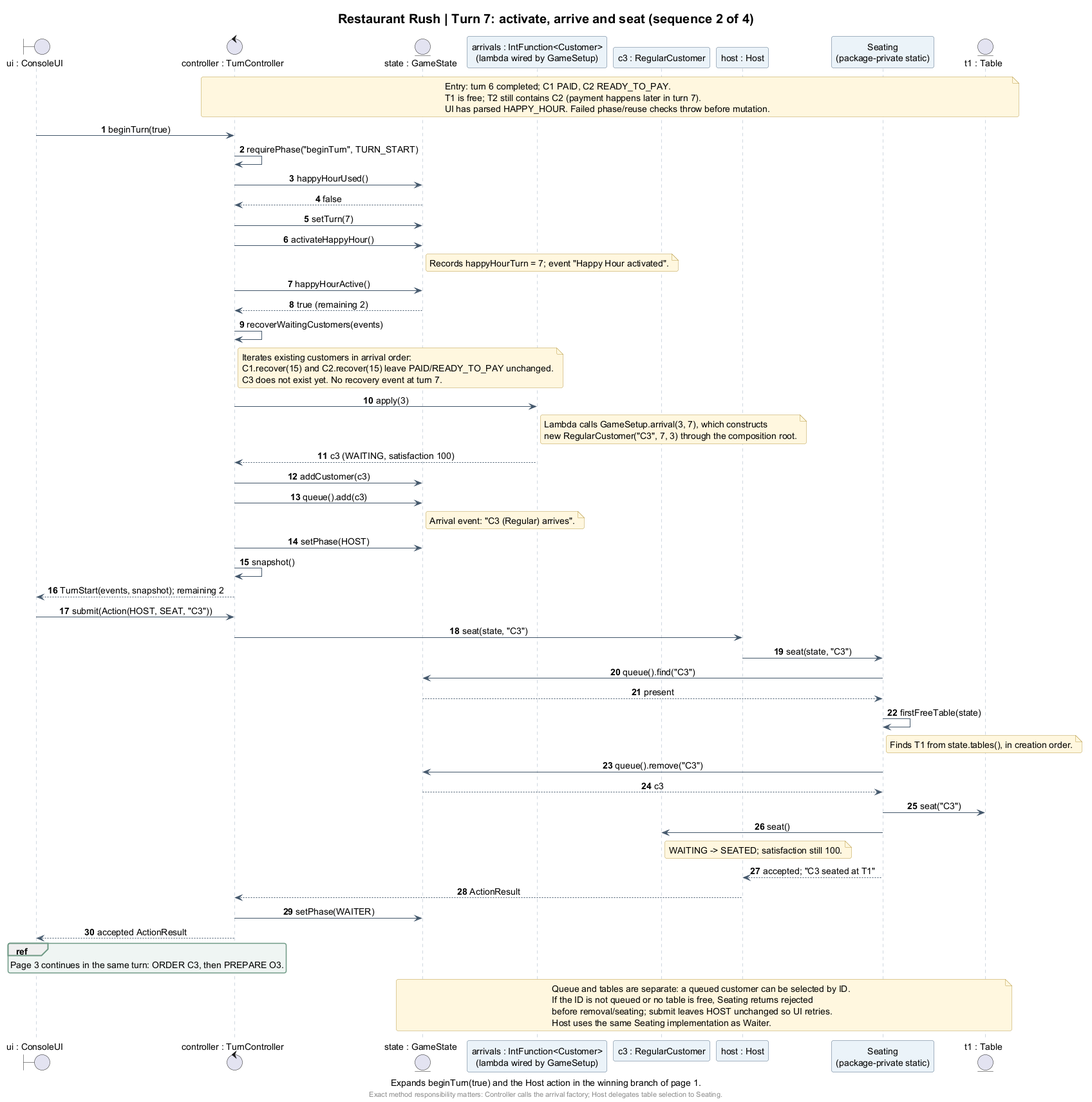
This is docs/diagrams/exports/sequence-2-arrival.png from respoopu/SC2002-lab-assignment-final, a PlantUML export, as it was before one commit. Its source is kept beside it as docs/diagrams/sequence-2-arrival.puml.
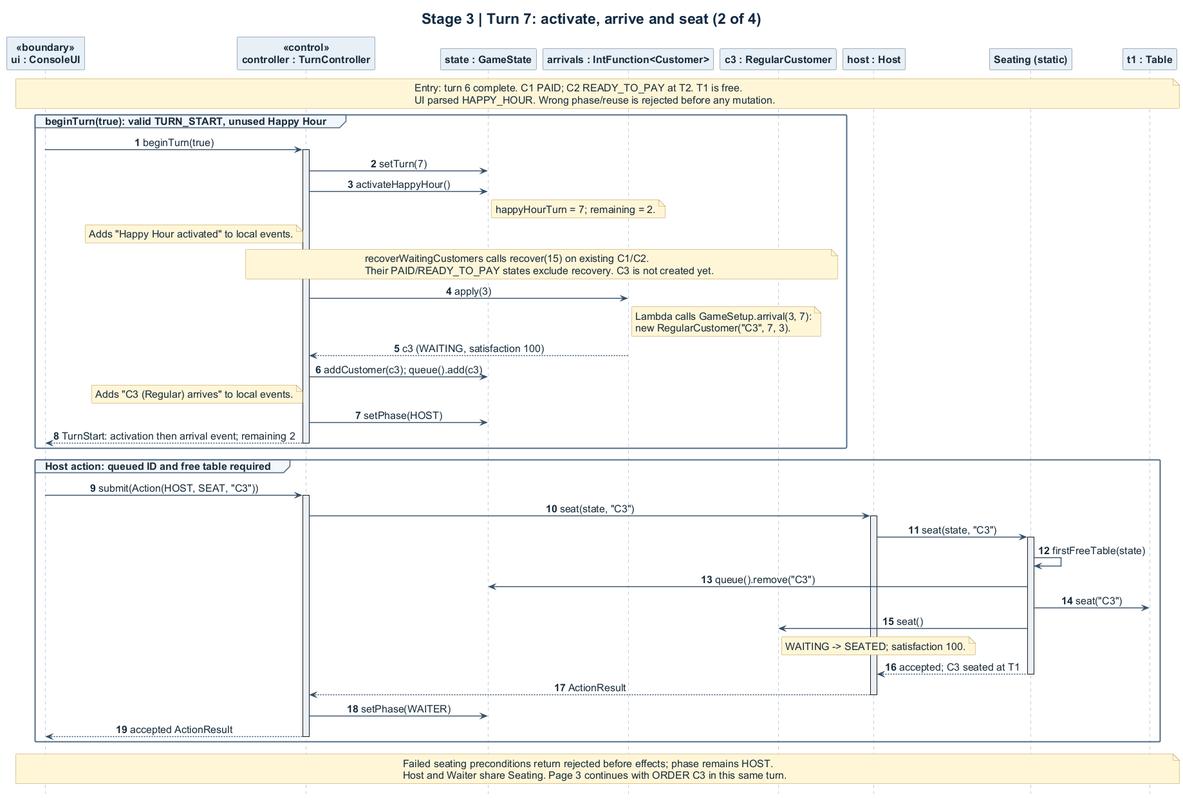
The same file after the commit.

Change to the diagram source:
```diff
@@ -1,72 +1,58 @@
 @startuml sequence-2-arrival
 !include style.iuml
-title Restaurant Rush | Turn 7: activate, arrive and seat (sequence 2 of 4)
-caption Expands beginTurn(true) and the Host action in the winning branch of page 1.
-boundary "ui : ConsoleUI" as UI
-control "controller : TurnController" as TC
-entity "state : GameState" as State
-participant "arrivals : IntFunction<Customer>\n(lambda wired by GameSetup)" as Factory
+title Stage 3 | Turn 7: activate, arrive and seat (2 of 4)
+hide footbox
+participant "ui : ConsoleUI" as UI <<boundary>>
+participant "controller : TurnController" as TC <<control>>
+participant "state : GameState" as State
+participant "arrivals : IntFunction<Customer>" as Factory
 participant "c3 : RegularCustomer" as C3
 participant "host : Host" as Host
-participant "Seating\n(package-private static)" as Seating
-entity "t1 : Table" as T1
+participant "Seating (static)" as Seating
+participant "t1 : Table" as T1
 autonumber
 
-note over TC, T1
-  Entry: turn 6 completed; C1 PAID, C2 READY_TO_PAY.
-  T1 is free; T2 still contains C2 (payment happens later in turn 7).
-  UI has parsed HAPPY_HOUR. Failed phase/reuse checks throw before mutation.
+note over UI, T1
+  Entry: turn 6 complete. C1 PAID; C2 READY_TO_PAY at T2. T1 is free.
+  UI parsed HAPPY_HOUR. Wrong phase/reuse is rejected before any mutation.
 end note
-UI -> TC : beginTurn(true)
-TC -> TC : requirePhase("beginTurn", TURN_START)
-TC -> State : happyHourUsed()
-State --> TC : false
-TC -> State : setTurn(7)
-TC -> State : activateHappyHour()
-note right of State : Records happyHourTurn = 7; event "Happy Hour activated".
-TC -> State : happyHourActive()
-State --> TC : true (remaining 2)
-TC -> TC : recoverWaitingCustomers(events)
-note right of TC
-  Iterates existing customers in arrival order:
-  C1.recover(15) and C2.recover(15) leave PAID/READY_TO_PAY unchanged.
-  C3 does not exist yet. No recovery event at turn 7.
+group beginTurn(true): valid TURN_START, unused Happy Hour
+  UI -> TC ++ : beginTurn(true)
+  TC -> State : setTurn(7)
+  TC -> State : activateHappyHour()
+  note right of State : happyHourTurn = 7; remaining = 2.
+  note left of TC : Adds "Happy Hour activated" to local events.
+  note over TC, C3
+    recoverWaitingCustomers calls recover(15) on existing C1/C2.
+    Their PAID/READY_TO_PAY states exclude recovery. C3 is not created yet.
+  end note
+  TC -> Factory : apply(3)
+  note right of Factory
+    Lambda calls GameSetup.arrival(3, 7):
+    new RegularCustomer("C3", 7, 3).
+  end note
+  Factory --> TC : c3 (WAITING, satisfaction 100)
+  TC -> State : addCustomer(c3); queue().add(c3)
+  note left of TC : Adds "C3 (Regular) arrives" to local events.
+  TC -> State : setPhase(HOST)
+  TC --> UI -- : TurnStart: activation then arrival event; remaining 2
+end
+group Host action: queued ID and free table required
+  UI -> TC ++ : submit(Action(HOST, SEAT, "C3"))
+  TC -> Host ++ : seat(state, "C3")
+  Host -> Seating ++ : seat(state, "C3")
+  Seating -> Seating : firstFreeTable(state)
+  Seating -> State : queue().remove("C3")
+  Seating -> T1 : seat("C3")
+  Seating -> C3 : seat()
+  note right of C3 : WAITING -> SEATED; satisfaction 100.
+  Seating --> Host -- : accepted; C3 seated at T1
+  Host --> TC -- : ActionResult
+  TC -> State : setPhase(WAITER)
+  TC --> UI -- : accepted ActionResult
+end
+note over UI, T1
+  Failed seating preconditions return rejected before effects; phase remains HOST.
+  Host and Waiter share Seating. Page 3 continues with ORDER C3 in this same turn.
 end note
-TC -> Factory : apply(3)
-note right of Factory
-  Lambda calls GameSetup.arrival(3, 7), which constructs
-  new RegularCustomer("C3", 7, 3) through the composition root.
-end note
-Factory --> TC : c3 (WAITING, satisfaction 100)
-TC -> State : addCustomer(c3)
-TC -> State : queue().add(c3)
-note right of State : Arrival event: "C3 (Regular) arrives".
-TC -> State : setPhase(HOST)
-TC -> TC : snapshot()
-TC --> UI : TurnStart(events, snapshot); remaining 2
-UI -> TC : submit(Action(HOST, SEAT, "C3"))
-TC -> Host : seat(state, "C3")
-Host -> Seating : seat(state, "C3")
-Seating -> State : queue().find("C3")
-State --> Seating : present
-Seating -> Seating : firstFreeTable(state)
-note right of Seating : Finds T1 from state.tables(), in creation order.
-Seating -> State : queue().remove("C3")
-State --> Seating : c3
-Seating -> T1 : seat("C3")
-Seating -> C3 : seat()
-note right of C3 : WAITING -> SEATED; satisfaction still 100.
-Seating --> Host : accepted; "C3 seated at T1"
-Host --> TC : ActionResult
-TC -> State : setPhase(WAITER)
-TC --> UI : accepted ActionResult
-ref over UI, TC : Page 3 continues in the same turn: ORDER C3, then PREPARE O3.
-
-note over State, T1
-  Queue and tables are separate: a queued customer can be selected by ID.
-  If the ID is not queued or no table is free, Seating returns rejected
-  before removal/seating; submit leaves HOST unchanged so UI retries.
-  Host uses the same Seating implementation as Waiter.
-end note
-footer Exact method responsibility matters: Controller calls the arrival factory; Host delegates table selection to Seating.
 @enduml
```
